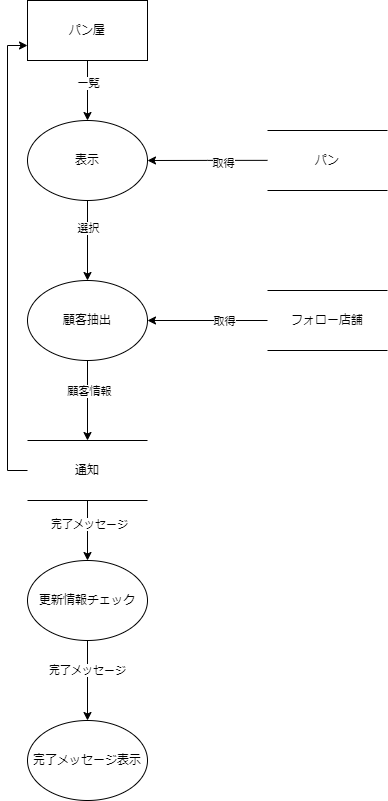
Earlier version of the draw.io export DFD/通知送信.drawio.png (Pyama1013/Sotsu.Gamen). Source tidied: cells renumbered, new cells last; positions are measured from the earlier drawing's top-left corner, leaving out a move shared by most shapes.
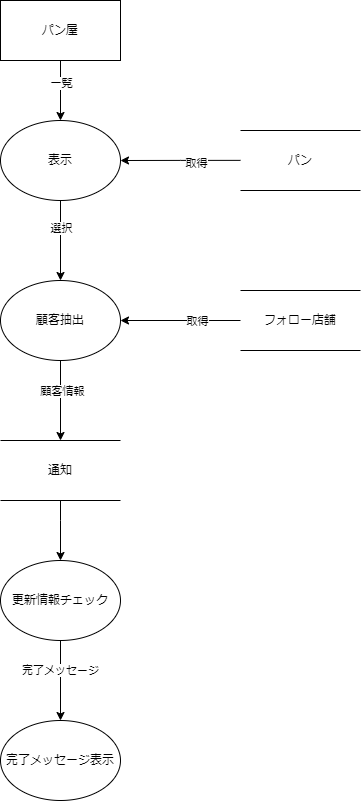
After the change.

The edit, as a diff of the source:
```diff
@@ -46,9 +46,6 @@
     <mxCell id="15" value="更新情報チェック" style="ellipse;whiteSpace=wrap;html=1;" parent="1" vertex="1">
       <mxGeometry y="560" width="120" height="80" as="geometry" />
     </mxCell>
-    <mxCell id="16" style="edgeStyle=orthogonalEdgeStyle;rounded=0;jettySize=auto;html=1;exitX=0;exitY=0.5;exitDx=0;exitDy=0;entryX=0;entryY=0.75;entryDx=0;entryDy=0;" parent="1" edge="1" source="19" target="4">
-      <mxGeometry relative="1" as="geometry" />
-    </mxCell>
     <mxCell id="17" style="edgeStyle=orthogonalEdgeStyle;rounded=0;jettySize=auto;html=1;exitX=0.5;exitY=1;exitDx=0;exitDy=0;entryX=0.5;entryY=0;entryDx=0;entryDy=0;" parent="1" edge="1" source="19" target="15">
       <mxGeometry relative="1" as="geometry">
         <Array as="points">
@@ -57,9 +54,6 @@
         </Array>
       </mxGeometry>
     </mxCell>
-    <mxCell id="18" value="完了メッセージ" style="edgeLabel;html=1;align=center;verticalAlign=middle;" parent="17" vertex="1">
-      <mxGeometry x="-0.24" y="1" relative="1" as="geometry" />
-    </mxCell>
     <mxCell id="19" value="通知" style="shape=partialRectangle;whiteSpace=wrap;html=1;left=0;right=0;fillColor=none;" parent="1" vertex="1">
       <mxGeometry y="440" width="120" height="60" as="geometry" />
     </mxCell>
```
